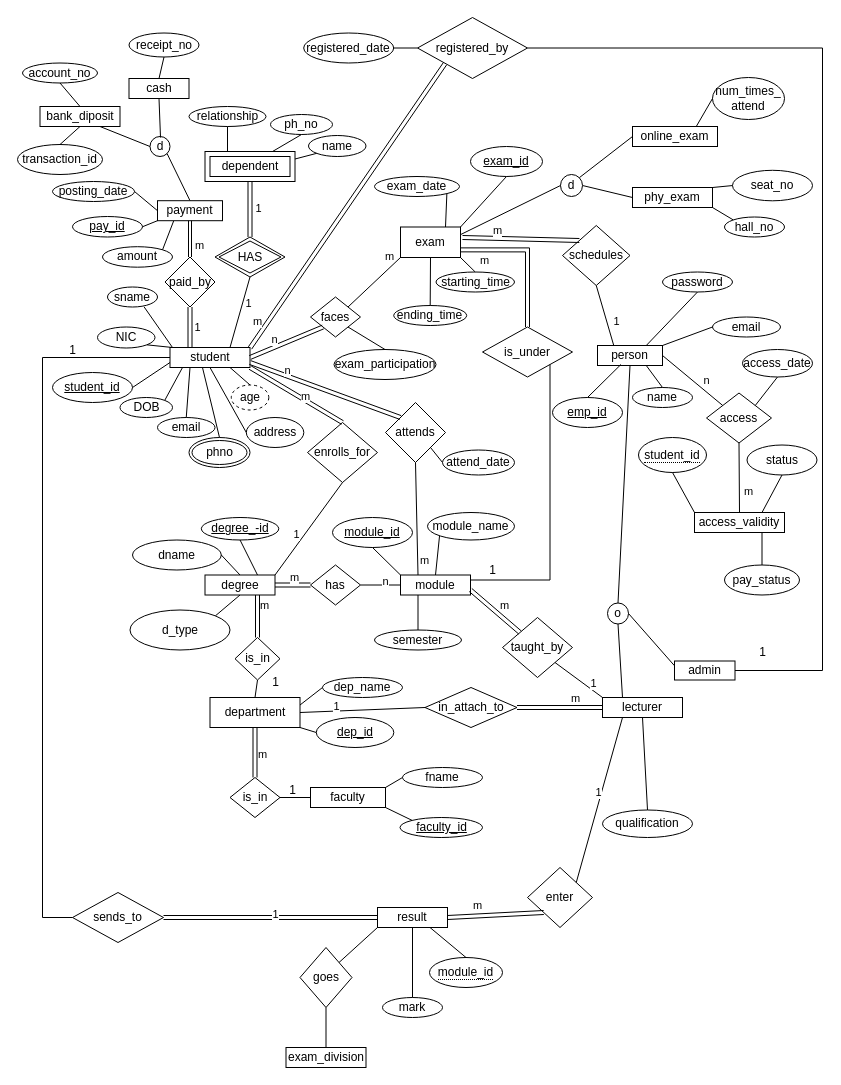
Above: management.drawio in Dinuvi9170/NSBM-Green-University (draw.io), before the change. Source tidied: cells renumbered, new cells numbered last; positions are measured from the earlier drawing's top-left corner, leaving out a move shared by most shapes. Both pictures are drawn from the tidied source at 100%, with x=0, y=0 at pixel (17, 17).
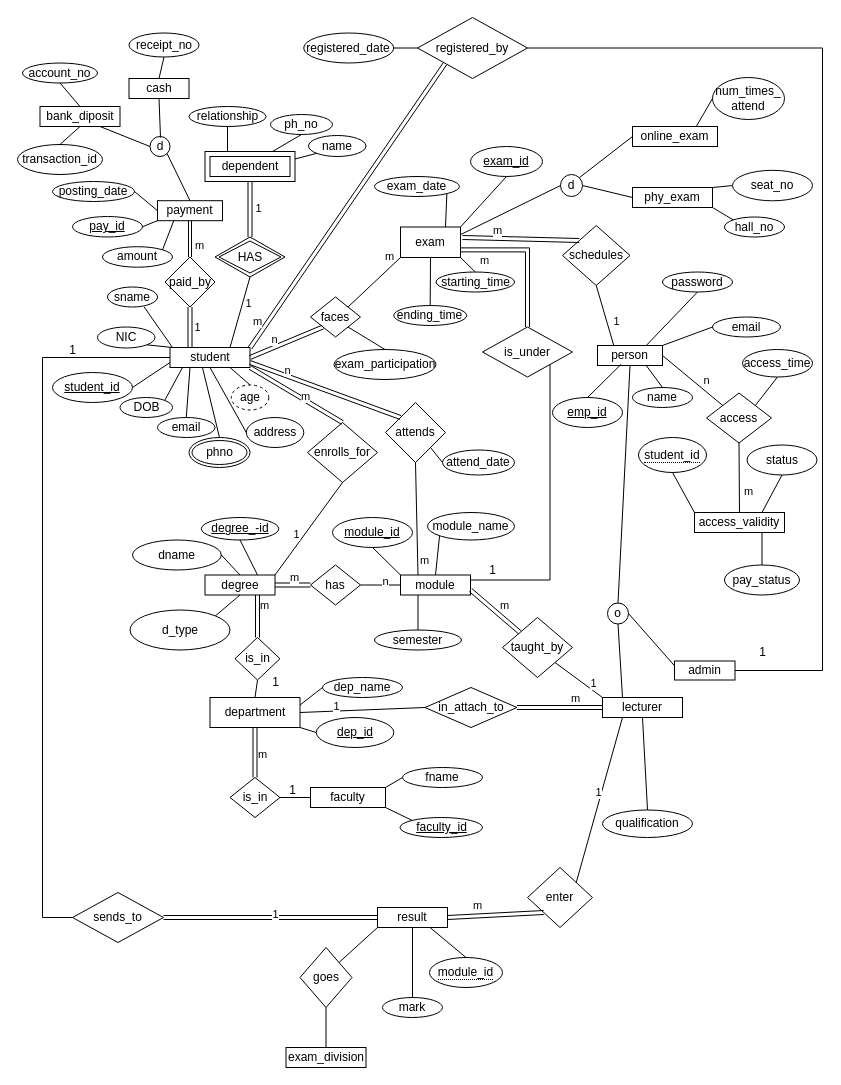
After the change.

Diff of the diagram source:
```diff
@@
-    <mxCell id="208" value="access_date" style="ellipse;whiteSpace=wrap;html=1;align=center;" parent="1" vertex="1">
+    <mxCell id="208" value="access_time" style="ellipse;whiteSpace=wrap;html=1;align=center;" parent="1" vertex="1">
       <mxGeometry x="725" y="332" width="70" height="27.5" as="geometry" />
     </mxCell>
```
